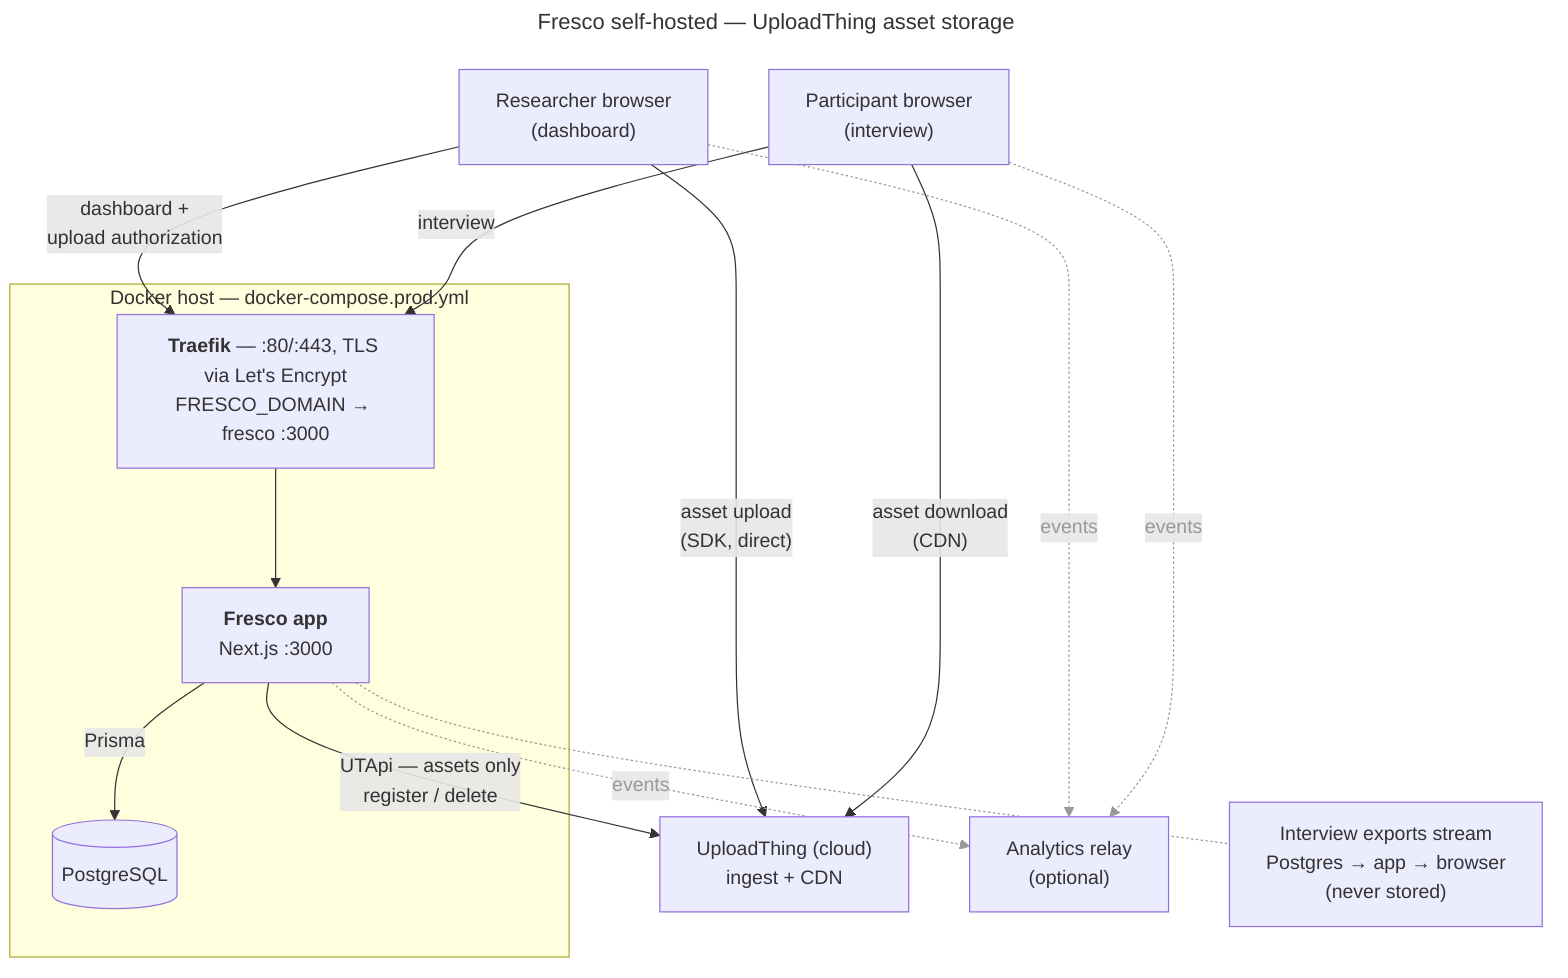
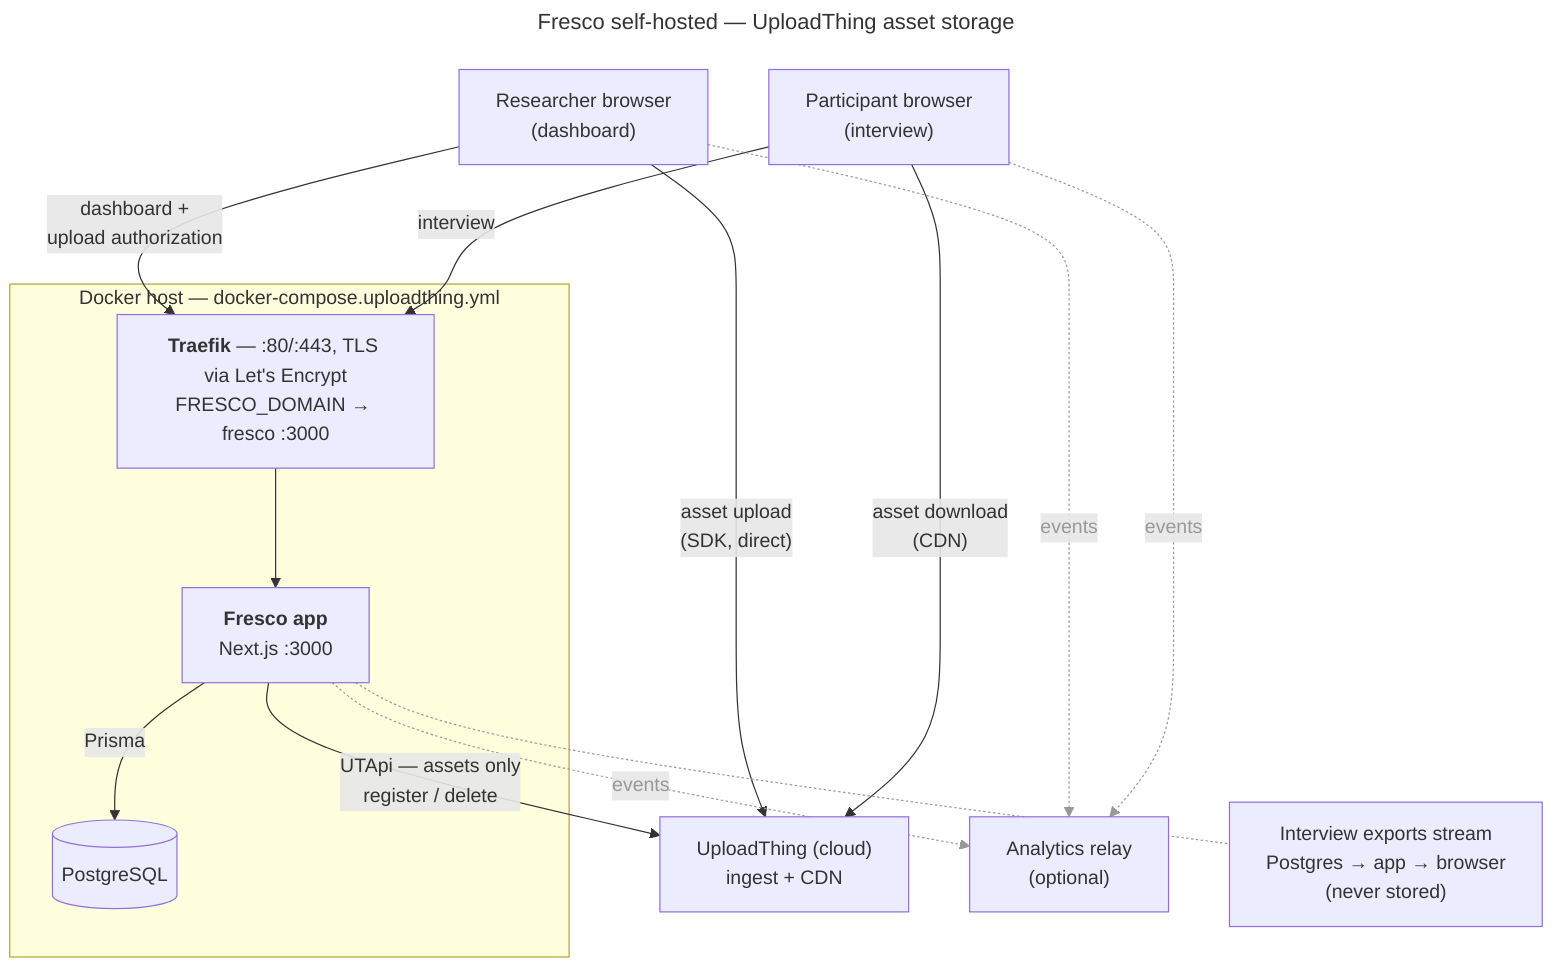
---
title: "Fresco self-hosted — UploadThing asset storage"
---
flowchart TB
    admin["Researcher browser<br/>(dashboard)"]
    participant["Participant browser<br/>(interview)"]

-     subgraph host["Docker host — docker-compose.prod.yml"]
+     subgraph host["Docker host — docker-compose.uploadthing.yml"]
        proxy["<b>Traefik</b> — :80/:443, TLS via Let's Encrypt<br/>FRESCO_DOMAIN → fresco :3000"]
        fresco["<b>Fresco app</b><br/>Next.js :3000"]
        postgres[("PostgreSQL")]
    end

    ut["UploadThing (cloud)<br/>ingest + CDN"]
    ph["Analytics relay<br/>(optional)"]
    exports["Interview exports stream<br/>Postgres → app → browser<br/>(never stored)"]

    admin -->|"dashboard +<br/>upload authorization"| proxy
    participant -->|"interview"| proxy
    proxy --> fresco
    fresco -->|"Prisma"| postgres
    admin -->|"asset upload<br/>(SDK, direct)"| ut
    participant -->|"asset download<br/>(CDN)"| ut
    fresco -->|"UTApi — assets only<br/>register / delete"| ut
    admin -.->|"events"| ph
    participant -.->|"events"| ph
    fresco -.->|"events"| ph
    fresco -.- exports

    linkStyle 7,8,9,10 stroke:#999,color:#999
